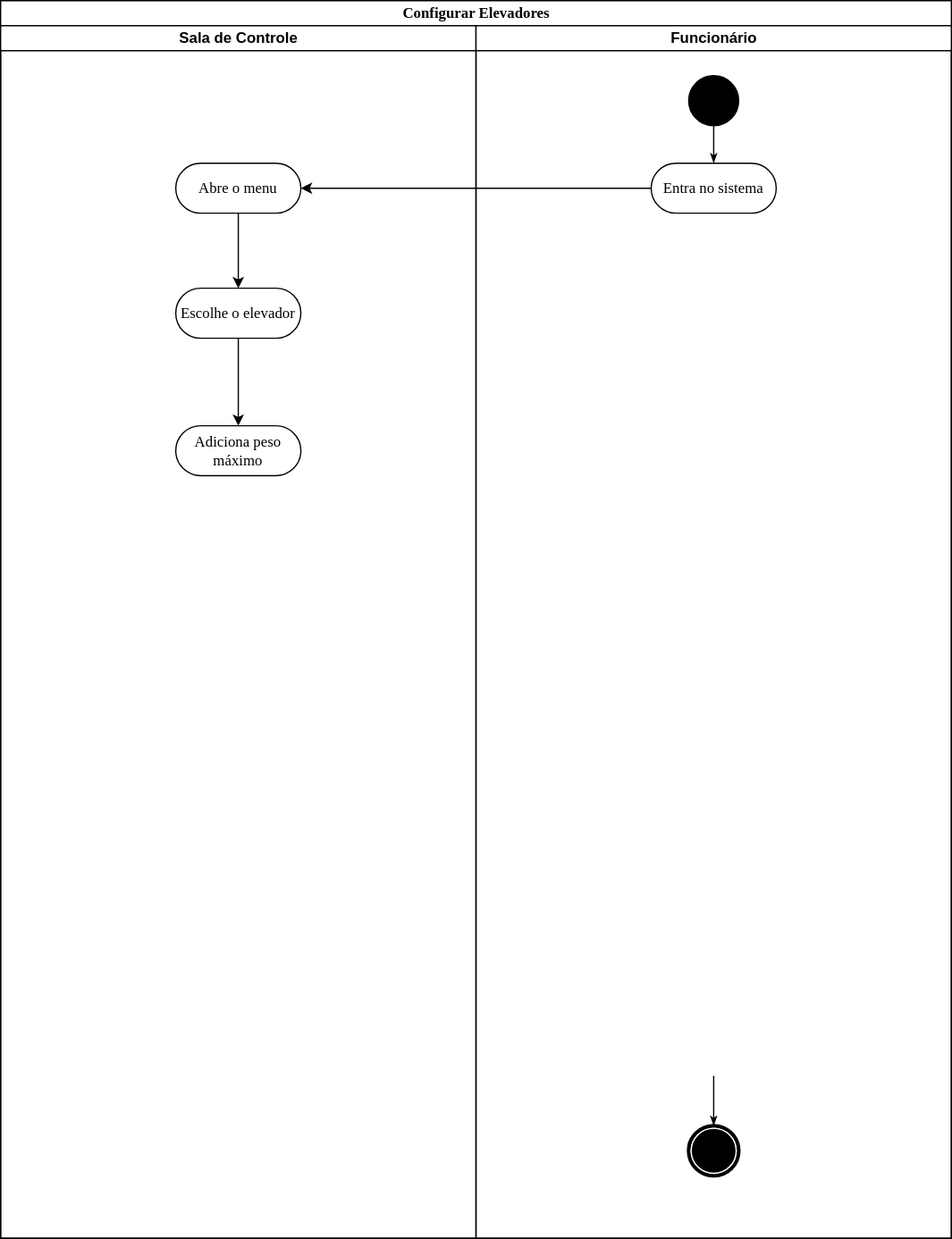
wholocked1/Projeto-2-modelagem keeps this draw.io diagram as Diagrama-Atividades/Configurar_Elevadores.svg. Above is the earlier version. Source tidied: cells renumbered, new cells last; positions are measured from the earlier drawing's top-left corner, leaving out a move shared by most shapes.
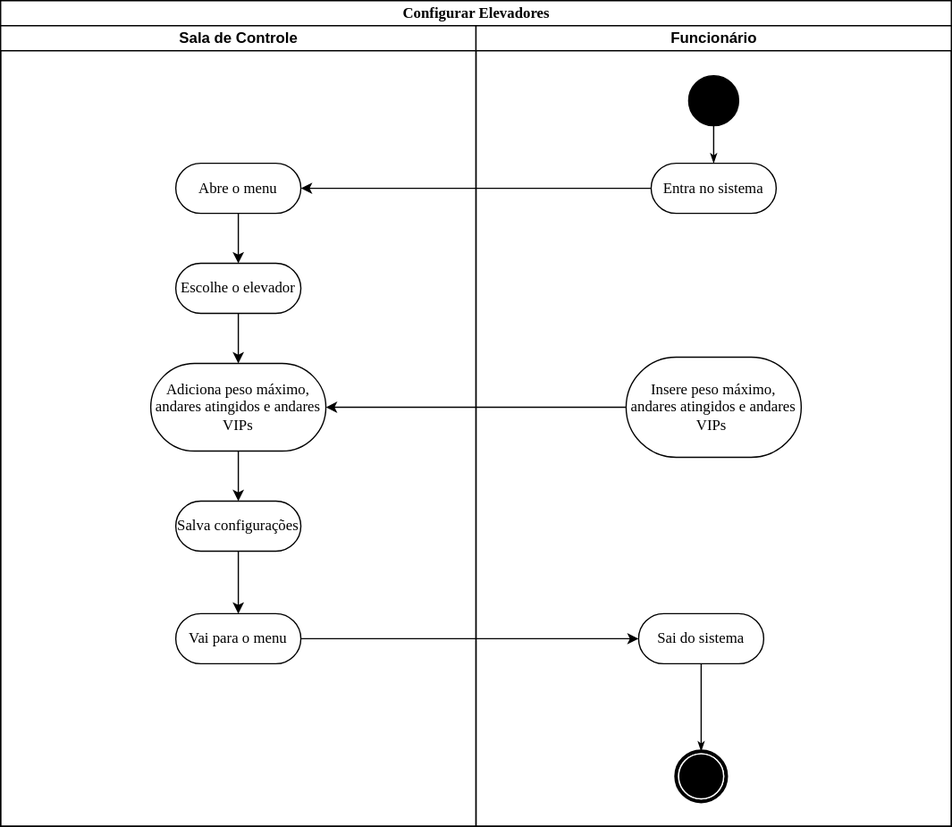
After the commit.

Diff of the diagram source:
```diff
@@ -3,10 +3,10 @@
     <mxCell id="0" />
     <mxCell id="1" parent="0" />
     <mxCell id="2" value="Configurar Elevadores" style="swimlane;html=1;startSize=20;rounded=0;shadow=0;comic=0;labelBackgroundColor=none;strokeWidth=1;fontFamily=Verdana;fontSize=12;align=center;" parent="1" vertex="1">
-      <mxGeometry width="760" height="990" as="geometry" />
+      <mxGeometry width="760" height="660" as="geometry" />
     </mxCell>
     <mxCell id="3" value="Sala de Controle" style="swimlane;html=1;startSize=20;" parent="2" vertex="1">
-      <mxGeometry y="20" width="380" height="970" as="geometry" />
+      <mxGeometry y="20" width="380" height="640" as="geometry" />
     </mxCell>
     <mxCell id="4" style="edgeStyle=orthogonalEdgeStyle;rounded=0;jettySize=auto;html=1;exitX=0.5;exitY=1;exitDx=0;exitDy=0;entryX=0.5;entryY=0;entryDx=0;entryDy=0;" parent="3" edge="1" source="5" target="7">
       <mxGeometry relative="1" as="geometry" />
@@ -18,13 +18,31 @@
       <mxGeometry relative="1" as="geometry" />
     </mxCell>
     <mxCell id="7" value="Escolhe o elevador" style="rounded=1;whiteSpace=wrap;html=1;shadow=0;comic=0;labelBackgroundColor=none;strokeWidth=1;fontFamily=Verdana;fontSize=12;align=center;arcSize=50;" parent="3" vertex="1">
-      <mxGeometry x="140" y="210" width="100" height="40" as="geometry" />
+      <mxGeometry x="140" y="190" width="100" height="40" as="geometry" />
     </mxCell>
+    <mxCell id="16" style="edgeStyle=orthogonalEdgeStyle;rounded=0;jettySize=auto;html=1;exitX=0.5;exitY=1;exitDx=0;exitDy=0;entryX=0.5;entryY=0;entryDx=0;entryDy=0;" parent="3" edge="1" source="8" target="18">
+      <mxGeometry relative="1" as="geometry" />
+    </mxCell>
-    <mxCell id="8" value="Adiciona peso máximo" style="rounded=1;whiteSpace=wrap;html=1;shadow=0;comic=0;labelBackgroundColor=none;strokeWidth=1;fontFamily=Verdana;fontSize=12;align=center;arcSize=50;" parent="3" vertex="1">
-      <mxGeometry x="140" y="320" width="100" height="40" as="geometry" />
+    <mxCell id="8" value="Adiciona peso máximo, andares atingidos e andares VIPs" style="rounded=1;whiteSpace=wrap;html=1;shadow=0;comic=0;labelBackgroundColor=none;strokeWidth=1;fontFamily=Verdana;fontSize=12;align=center;arcSize=50;" parent="3" vertex="1">
+      <mxGeometry x="120" y="270" width="140" height="70" as="geometry" />
     </mxCell>
+    <mxCell id="17" style="edgeStyle=orthogonalEdgeStyle;rounded=0;jettySize=auto;html=1;exitX=0.5;exitY=1;exitDx=0;exitDy=0;entryX=0.5;entryY=0;entryDx=0;entryDy=0;" parent="3" edge="1" source="18" target="19">
+      <mxGeometry relative="1" as="geometry" />
+    </mxCell>
+    <mxCell id="18" value="Salva configurações" style="rounded=1;whiteSpace=wrap;html=1;shadow=0;comic=0;labelBackgroundColor=none;strokeWidth=1;fontFamily=Verdana;fontSize=12;align=center;arcSize=50;" parent="3" vertex="1">
+      <mxGeometry x="140" y="380" width="100" height="40" as="geometry" />
+    </mxCell>
+    <mxCell id="19" value="Vai para o menu" style="rounded=1;whiteSpace=wrap;html=1;shadow=0;comic=0;labelBackgroundColor=none;strokeWidth=1;fontFamily=Verdana;fontSize=12;align=center;arcSize=50;" parent="3" vertex="1">
+      <mxGeometry x="140" y="470" width="100" height="40" as="geometry" />
+    </mxCell>
+    <mxCell id="15" style="edgeStyle=orthogonalEdgeStyle;rounded=0;jettySize=auto;html=1;exitX=0;exitY=0.5;exitDx=0;exitDy=0;entryX=1;entryY=0.5;entryDx=0;entryDy=0;" parent="2" edge="1" source="12" target="5">
+      <mxGeometry relative="1" as="geometry" />
+    </mxCell>
+    <mxCell id="20" style="edgeStyle=orthogonalEdgeStyle;rounded=0;jettySize=auto;html=1;exitX=0;exitY=0.5;exitDx=0;exitDy=0;entryX=1;entryY=0.5;entryDx=0;entryDy=0;" parent="2" edge="1" source="21" target="8">
+      <mxGeometry relative="1" as="geometry" />
+    </mxCell>
     <mxCell id="9" value="Funcionário" style="swimlane;html=1;startSize=20;" parent="2" vertex="1">
-      <mxGeometry x="380" y="20" width="380" height="970" as="geometry" />
+      <mxGeometry x="380" y="20" width="380" height="640" as="geometry" />
     </mxCell>
     <mxCell id="10" style="edgeStyle=orthogonalEdgeStyle;rounded=0;html=1;labelBackgroundColor=none;startArrow=none;startFill=0;startSize=5;endArrow=classicThin;endFill=1;endSize=5;jettySize=auto;strokeWidth=1;fontFamily=Verdana;fontSize=12;" parent="9" edge="1" source="11" target="12">
       <mxGeometry relative="1" as="geometry" />
@@ -35,16 +53,20 @@
     <mxCell id="12" value="Entra no sistema" style="rounded=1;whiteSpace=wrap;html=1;shadow=0;comic=0;labelBackgroundColor=none;strokeWidth=1;fontFamily=Verdana;fontSize=12;align=center;arcSize=50;" parent="9" vertex="1">
       <mxGeometry x="140" y="110" width="100" height="40" as="geometry" />
     </mxCell>
-    <mxCell id="13" style="edgeStyle=none;rounded=0;html=1;labelBackgroundColor=none;startArrow=none;startFill=0;startSize=5;endArrow=classicThin;endFill=1;endSize=5;jettySize=auto;strokeWidth=1;fontFamily=Verdana;fontSize=12;" parent="9" edge="1" target="14">
-      <mxGeometry relative="1" as="geometry">
-        <mxPoint x="190" y="840" as="sourcePoint" />
-      </mxGeometry>
+    <mxCell id="13" style="edgeStyle=none;rounded=0;html=1;labelBackgroundColor=none;startArrow=none;startFill=0;startSize=5;endArrow=classicThin;endFill=1;endSize=5;jettySize=auto;strokeWidth=1;fontFamily=Verdana;fontSize=12;" parent="9" edge="1" source="22" target="14">
+      <mxGeometry relative="1" as="geometry" />
     </mxCell>
     <mxCell id="14" style="shape=mxgraph.bpmn.shape;html=1;verticalLabelPosition=bottom;labelBackgroundColor=#ffffff;verticalAlign=top;perimeter=ellipsePerimeter;outline=end;symbol=terminate;rounded=0;shadow=0;comic=0;strokeWidth=1;fontFamily=Verdana;fontSize=12;align=center;" parent="9" vertex="1">
-      <mxGeometry x="170" y="880" width="40" height="40" as="geometry" />
+      <mxGeometry x="160" y="580" width="40" height="40" as="geometry" />
     </mxCell>
-    <mxCell id="15" style="edgeStyle=orthogonalEdgeStyle;rounded=0;jettySize=auto;html=1;exitX=0;exitY=0.5;exitDx=0;exitDy=0;entryX=1;entryY=0.5;entryDx=0;entryDy=0;" parent="2" edge="1" source="12" target="5">
-      <mxGeometry relative="1" as="geometry" />
-    </mxCell>
+    <mxCell id="21" value="Insere peso máximo, andares atingidos e andares VIPs&amp;nbsp;" style="rounded=1;whiteSpace=wrap;html=1;shadow=0;comic=0;labelBackgroundColor=none;strokeWidth=1;fontFamily=Verdana;fontSize=12;align=center;arcSize=50;" parent="9" vertex="1">
+      <mxGeometry x="120" y="265" width="140" height="80" as="geometry" />
+    </mxCell>
+    <mxCell id="22" value="Sai do sistema" style="rounded=1;whiteSpace=wrap;html=1;shadow=0;comic=0;labelBackgroundColor=none;strokeWidth=1;fontFamily=Verdana;fontSize=12;align=center;arcSize=50;" parent="9" vertex="1">
+      <mxGeometry x="130" y="470" width="100" height="40" as="geometry" />
+    </mxCell>
+    <mxCell id="23" style="edgeStyle=orthogonalEdgeStyle;rounded=0;jettySize=auto;html=1;exitX=1;exitY=0.5;exitDx=0;exitDy=0;entryX=0;entryY=0.5;entryDx=0;entryDy=0;" parent="2" edge="1" source="19" target="22">
+      <mxGeometry relative="1" as="geometry" />
+    </mxCell>
   </root>
 </mxGraphModel>
```
